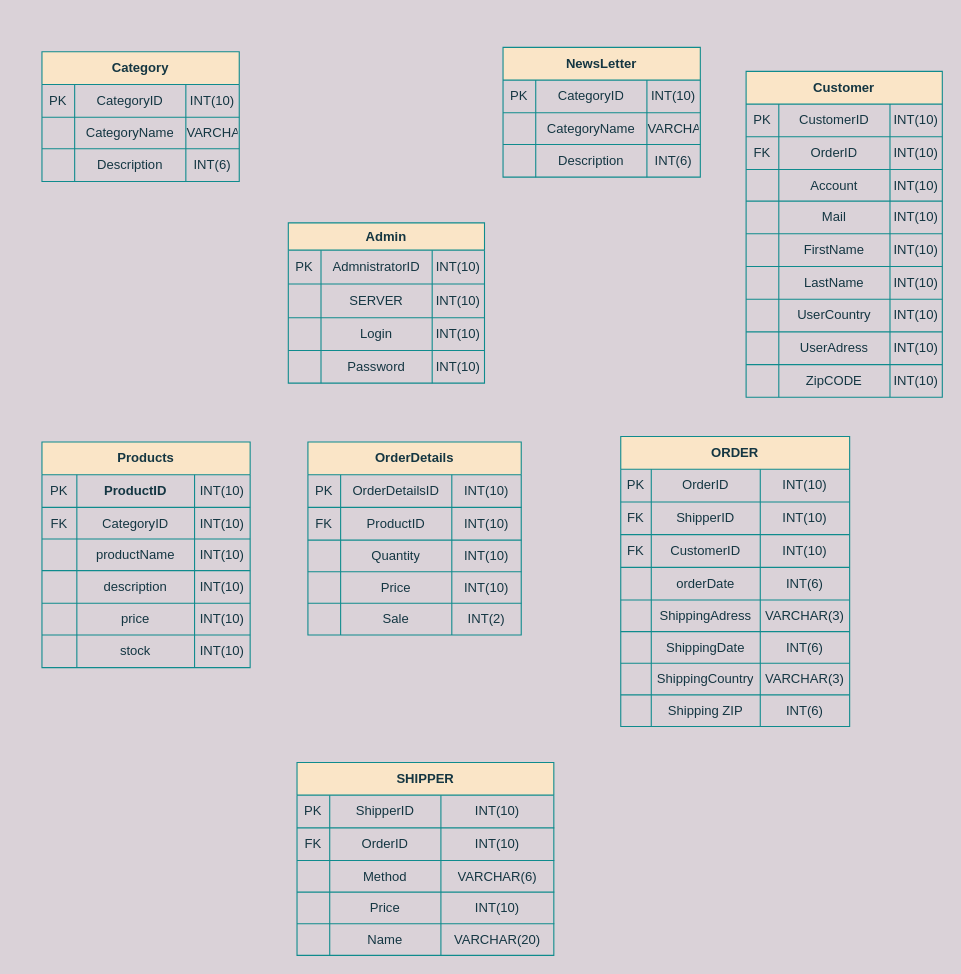
Before: page "Page-1" (2 of 2) of Namnlöst diagram.drawio in TechWithRyan/Webbshop, a draw.io diagram. Source tidied: cells renumbered, new cells numbered last; positions are measured from the earlier drawing's top-left corner, leaving out a move shared by most shapes. Both pictures are drawn from the tidied source at 109%, with x=0, y=0 at pixel (41, 47).
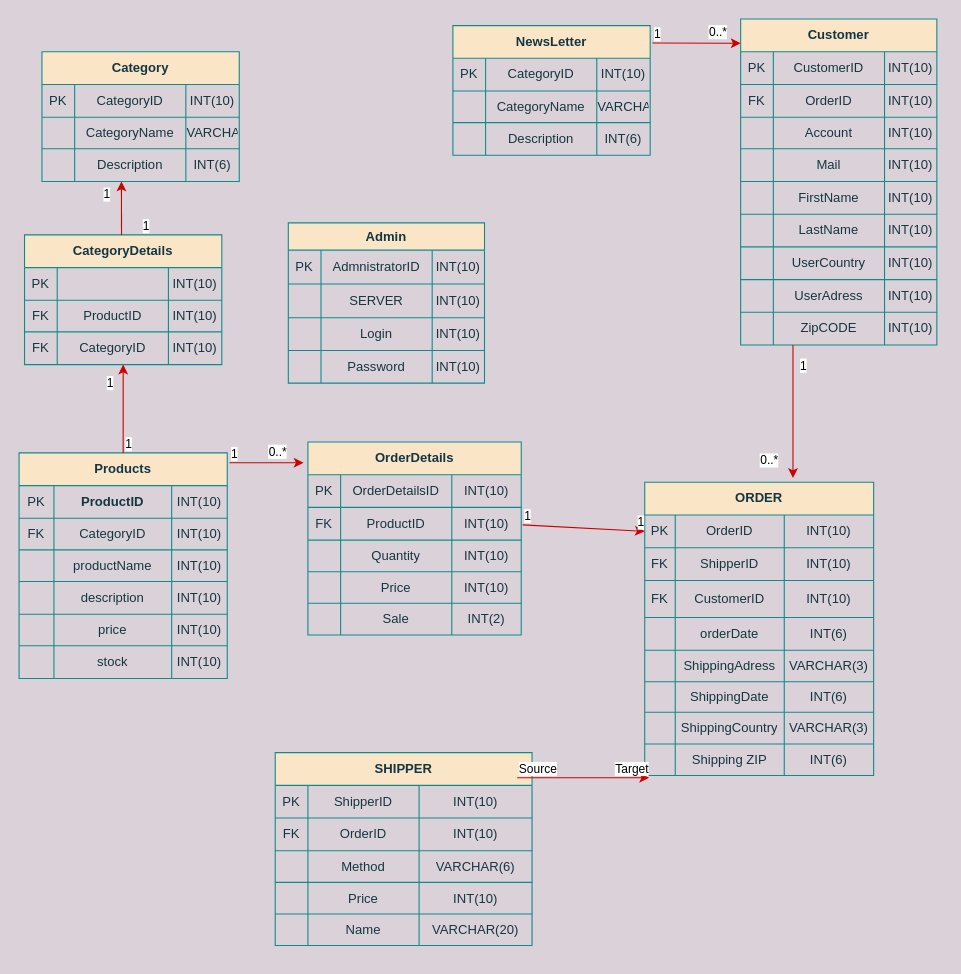
After the change.

Commit message (it also covers changes not shown here):
fysiskt er diagram

The change refers to these unchanged cells:
```xml
<mxCell id="82" style="shape=partialRectangle;html=1;whiteSpace=wrap;fillColor=none;top=0;left=0;bottom=0;right=0;points=[[0,0.5],[1,0.5]];portConstraint=eastwest;strokeColor=#0F8B8D;fontColor=#143642;" parent="81" vertex="1">
  <mxGeometry y="30" width="210" height="30" as="geometry" />
</mxCell>
```

The edit, as a diff of the source:
```diff
@@
     <mxCell id="2" value="Products" style="shape=table;html=1;whiteSpace=wrap;startSize=30;childLayout=tableLayout;fontStyle=1;align=center;fillColor=#FAE5C7;strokeColor=#0F8B8D;fontColor=#143642;" parent="1" vertex="1">
-      <mxGeometry y="362" width="191" height="207" as="geometry" />
+      <mxGeometry x="-21" y="372" width="191" height="207" as="geometry" />
     </mxCell>
@@
     <mxCell id="44" value="Customer" style="shape=table;html=1;whiteSpace=wrap;startSize=30;childLayout=tableLayout;fontStyle=1;align=center;fillColor=#FAE5C7;strokeColor=#0F8B8D;fontColor=#143642;" parent="1" vertex="1">
-      <mxGeometry x="646" y="22" width="180" height="299" as="geometry" />
+      <mxGeometry x="641" y="-26" width="180" height="299" as="geometry" />
     </mxCell>
@@
     <mxCell id="81" value="ORDER" style="shape=table;html=1;whiteSpace=wrap;startSize=30;childLayout=tableLayout;fontStyle=1;align=center;fillColor=#FAE5C7;strokeColor=#0F8B8D;fontColor=#143642;" parent="1" vertex="1">
-      <mxGeometry x="531" y="357" width="210" height="266" as="geometry" />
+      <mxGeometry x="553" y="399" width="210" height="269" as="geometry" />
     </mxCell>
@@
     <mxCell id="90" style="shape=partialRectangle;html=1;whiteSpace=wrap;fillColor=none;top=0;left=0;bottom=0;right=0;strokeColor=#0F8B8D;fontColor=#143642;" parent="81" vertex="1">
-      <mxGeometry y="90" width="210" height="30" as="geometry" />
+      <mxGeometry y="90" width="210" height="34" as="geometry" />
     </mxCell>
     <mxCell id="91" value="FK" style="shape=partialRectangle;html=1;whiteSpace=wrap;fillColor=none;top=0;left=0;bottom=0;right=0;overflow=hidden;strokeColor=#0F8B8D;fontColor=#143642;" parent="90" vertex="1">
-      <mxGeometry width="28" height="30" as="geometry" />
+      <mxGeometry width="28" height="34" as="geometry" />
     </mxCell>
     <mxCell id="92" value="CustomerID" style="shape=partialRectangle;html=1;whiteSpace=wrap;fillColor=none;top=0;left=0;bottom=0;right=0;overflow=hidden;strokeColor=#0F8B8D;fontColor=#143642;" parent="90" vertex="1">
-      <mxGeometry x="28" width="100" height="30" as="geometry" />
+      <mxGeometry x="28" width="100" height="34" as="geometry" />
     </mxCell>
     <mxCell id="93" value="&lt;span&gt;INT(10)&lt;/span&gt;" style="shape=partialRectangle;html=1;whiteSpace=wrap;fillColor=none;top=0;left=0;bottom=0;right=0;overflow=hidden;strokeColor=#0F8B8D;fontColor=#143642;" parent="90" vertex="1">
-      <mxGeometry x="128" width="82" height="30" as="geometry" />
+      <mxGeometry x="128" width="82" height="34" as="geometry" />
     </mxCell>
     <mxCell id="94" style="shape=partialRectangle;html=1;whiteSpace=wrap;fillColor=none;top=0;left=0;bottom=0;right=0;strokeColor=#0F8B8D;fontColor=#143642;" parent="81" vertex="1">
-      <mxGeometry y="120" width="210" height="30" as="geometry" />
+      <mxGeometry y="124" width="210" height="30" as="geometry" />
     </mxCell>
@@
     <mxCell id="98" style="shape=partialRectangle;html=1;whiteSpace=wrap;fillColor=none;top=0;left=0;bottom=0;right=0;strokeColor=#0F8B8D;fontColor=#143642;" parent="81" vertex="1">
-      <mxGeometry y="150" width="210" height="29" as="geometry" />
+      <mxGeometry y="154" width="210" height="29" as="geometry" />
     </mxCell>
@@
     <mxCell id="102" style="shape=partialRectangle;html=1;whiteSpace=wrap;fillColor=none;top=0;left=0;bottom=0;right=0;strokeColor=#0F8B8D;fontColor=#143642;" parent="81" vertex="1">
-      <mxGeometry y="179" width="210" height="29" as="geometry" />
+      <mxGeometry y="183" width="210" height="28" as="geometry" />
     </mxCell>
     <mxCell id="103" style="shape=partialRectangle;html=1;whiteSpace=wrap;fillColor=none;top=0;left=0;bottom=0;right=0;overflow=hidden;strokeColor=#0F8B8D;fontColor=#143642;" parent="102" vertex="1">
-      <mxGeometry width="28" height="29" as="geometry" />
+      <mxGeometry width="28" height="28" as="geometry" />
     </mxCell>
     <mxCell id="104" value="&lt;span style=&quot;text-align: left&quot;&gt;ShippingDate&lt;/span&gt;" style="shape=partialRectangle;html=1;whiteSpace=wrap;fillColor=none;top=0;left=0;bottom=0;right=0;overflow=hidden;strokeColor=#0F8B8D;fontColor=#143642;" parent="102" vertex="1">
-      <mxGeometry x="28" width="100" height="29" as="geometry" />
+      <mxGeometry x="28" width="100" height="28" as="geometry" />
     </mxCell>
     <mxCell id="105" value="&lt;span&gt;INT(6)&lt;/span&gt;" style="shape=partialRectangle;html=1;whiteSpace=wrap;fillColor=none;top=0;left=0;bottom=0;right=0;overflow=hidden;strokeColor=#0F8B8D;fontColor=#143642;" parent="102" vertex="1">
-      <mxGeometry x="128" width="82" height="29" as="geometry" />
+      <mxGeometry x="128" width="82" height="28" as="geometry" />
     </mxCell>
     <mxCell id="106" style="shape=partialRectangle;html=1;whiteSpace=wrap;fillColor=none;top=0;left=0;bottom=0;right=0;strokeColor=#0F8B8D;fontColor=#143642;" parent="81" vertex="1">
-      <mxGeometry y="208" width="210" height="29" as="geometry" />
+      <mxGeometry y="211" width="210" height="29" as="geometry" />
     </mxCell>
@@
     <mxCell id="110" style="shape=partialRectangle;html=1;whiteSpace=wrap;fillColor=none;top=0;left=0;bottom=0;right=0;strokeColor=#0F8B8D;fontColor=#143642;" parent="81" vertex="1">
-      <mxGeometry y="237" width="210" height="29" as="geometry" />
+      <mxGeometry y="240" width="210" height="29" as="geometry" />
     </mxCell>
@@
     <mxCell id="114" value="SHIPPER" style="shape=table;html=1;whiteSpace=wrap;startSize=30;childLayout=tableLayout;fontStyle=1;align=center;fillColor=#FAE5C7;strokeColor=#0F8B8D;fontColor=#143642;" parent="1" vertex="1">
-      <mxGeometry x="234" y="656" width="235.6" height="177" as="geometry" />
+      <mxGeometry x="214" y="647" width="235.6" height="177" as="geometry" />
     </mxCell>
@@
     <mxCell id="148" value="NewsLetter" style="shape=table;html=1;whiteSpace=wrap;startSize=30;childLayout=tableLayout;fontStyle=1;align=center;fillColor=#FAE5C7;strokeColor=#0F8B8D;fontColor=#143642;" parent="1" vertex="1">
-      <mxGeometry x="423" width="181" height="119" as="geometry" />
+      <mxGeometry x="377" y="-20" width="181" height="119" as="geometry" />
     </mxCell>
@@
+    <mxCell id="182" value="CategoryDetails" style="shape=table;html=1;whiteSpace=wrap;startSize=30;childLayout=tableLayout;fontStyle=1;align=center;fillColor=#FAE5C7;strokeColor=#0F8B8D;fontColor=#143642;" parent="1" vertex="1">
+      <mxGeometry x="-16" y="172" width="181" height="119" as="geometry" />
+    </mxCell>
+    <mxCell id="183" style="shape=partialRectangle;html=1;whiteSpace=wrap;fillColor=none;top=0;left=0;bottom=0;right=0;strokeColor=#0F8B8D;fontColor=#143642;" parent="182" vertex="1">
+      <mxGeometry y="30" width="181" height="30" as="geometry" />
+    </mxCell>
+    <mxCell id="184" value="PK" style="shape=partialRectangle;html=1;whiteSpace=wrap;fillColor=none;top=0;left=0;bottom=0;right=0;overflow=hidden;strokeColor=#0F8B8D;fontColor=#143642;" parent="183" vertex="1">
+      <mxGeometry width="30" height="30" as="geometry" />
+    </mxCell>
+    <mxCell id="185" style="shape=partialRectangle;html=1;whiteSpace=wrap;fillColor=none;top=0;left=0;bottom=0;right=0;overflow=hidden;strokeColor=#0F8B8D;fontColor=#143642;" parent="183" vertex="1">
+      <mxGeometry x="30" width="102" height="30" as="geometry" />
+    </mxCell>
+    <mxCell id="186" value="INT(10)" style="shape=partialRectangle;html=1;whiteSpace=wrap;fillColor=none;top=0;left=0;bottom=0;right=0;overflow=hidden;strokeColor=#0F8B8D;fontColor=#143642;" parent="183" vertex="1">
+      <mxGeometry x="132" width="49" height="30" as="geometry" />
+    </mxCell>
+    <mxCell id="187" style="shape=partialRectangle;html=1;whiteSpace=wrap;fillColor=none;top=0;left=0;bottom=0;right=0;strokeColor=#0F8B8D;fontColor=#143642;" parent="182" vertex="1">
+      <mxGeometry y="60" width="181" height="29" as="geometry" />
+    </mxCell>
+    <mxCell id="188" value="FK" style="shape=partialRectangle;html=1;whiteSpace=wrap;fillColor=none;top=0;left=0;bottom=0;right=0;overflow=hidden;strokeColor=#0F8B8D;fontColor=#143642;" parent="187" vertex="1">
+      <mxGeometry width="30" height="29" as="geometry" />
+    </mxCell>
+    <mxCell id="189" value="ProductID" style="shape=partialRectangle;html=1;whiteSpace=wrap;fillColor=none;top=0;left=0;bottom=0;right=0;overflow=hidden;strokeColor=#0F8B8D;fontColor=#143642;" parent="187" vertex="1">
+      <mxGeometry x="30" width="102" height="29" as="geometry" />
+    </mxCell>
+    <mxCell id="190" value="INT(10)" style="shape=partialRectangle;html=1;whiteSpace=wrap;fillColor=none;top=0;left=0;bottom=0;right=0;overflow=hidden;strokeColor=#0F8B8D;fontColor=#143642;" parent="187" vertex="1">
+      <mxGeometry x="132" width="49" height="29" as="geometry" />
+    </mxCell>
+    <mxCell id="191" style="shape=partialRectangle;html=1;whiteSpace=wrap;fillColor=none;top=0;left=0;bottom=0;right=0;points=[[0,0.5],[1,0.5]];portConstraint=eastwest;strokeColor=#0F8B8D;fontColor=#143642;" parent="182" vertex="1">
+      <mxGeometry y="89" width="181" height="30" as="geometry" />
+    </mxCell>
+    <mxCell id="192" value="FK" style="shape=partialRectangle;html=1;whiteSpace=wrap;fillColor=none;top=0;left=0;bottom=0;right=0;overflow=hidden;strokeColor=#0F8B8D;fontColor=#143642;" parent="191" vertex="1">
+      <mxGeometry width="30" height="30" as="geometry" />
+    </mxCell>
+    <mxCell id="193" value="&lt;div style=&quot;text-align: left&quot;&gt;&lt;span&gt;CategoryID&lt;/span&gt;&lt;/div&gt;" style="shape=partialRectangle;html=1;whiteSpace=wrap;fillColor=none;top=0;left=0;bottom=0;right=0;overflow=hidden;strokeColor=#0F8B8D;fontColor=#143642;" parent="191" vertex="1">
+      <mxGeometry x="30" width="102" height="30" as="geometry" />
+    </mxCell>
+    <mxCell id="194" value="&lt;span&gt;INT(10)&lt;/span&gt;" style="shape=partialRectangle;html=1;whiteSpace=wrap;fillColor=none;top=0;left=0;bottom=0;right=0;overflow=hidden;strokeColor=#0F8B8D;fontColor=#143642;" parent="191" vertex="1">
+      <mxGeometry x="132" width="49" height="30" as="geometry" />
+    </mxCell>
+    <mxCell id="195" style="endArrow=classic;html=1;strokeColor=#CC0000;entryX=0;entryY=0.5;entryDx=0;entryDy=0;" parent="1" edge="1" target="82">
+      <mxGeometry relative="1" as="geometry">
+        <mxPoint x="441" y="438" as="sourcePoint" />
+      </mxGeometry>
+    </mxCell>
+    <mxCell id="196" value="1" style="edgeLabel;html=1;align=left;verticalAlign=bottom;" parent="195" vertex="1">
+      <mxGeometry x="-1" relative="1" as="geometry" />
+    </mxCell>
+    <mxCell id="197" value="1&lt;br&gt;" style="edgeLabel;html=1;align=right;verticalAlign=bottom;" parent="195" vertex="1">
+      <mxGeometry x="1" relative="1" as="geometry" />
+    </mxCell>
+    <mxCell id="198" style="endArrow=classic;html=1;strokeColor=#CC0000;" parent="1" edge="1">
+      <mxGeometry relative="1" as="geometry">
+        <mxPoint x="436" y="670" as="sourcePoint" />
+        <mxPoint x="557" y="670" as="targetPoint" />
+      </mxGeometry>
+    </mxCell>
+    <mxCell id="199" value="Source" style="edgeLabel;html=1;align=left;verticalAlign=bottom;" parent="198" vertex="1">
+      <mxGeometry x="-1" relative="1" as="geometry" />
+    </mxCell>
+    <mxCell id="200" value="Target" style="edgeLabel;html=1;align=right;verticalAlign=bottom;" parent="198" vertex="1">
+      <mxGeometry x="1" relative="1" as="geometry" />
+    </mxCell>
+    <mxCell id="201" style="endArrow=classic;html=1;strokeColor=#CC0000;" parent="1" edge="1">
+      <mxGeometry relative="1" as="geometry">
+        <mxPoint x="172" y="381" as="sourcePoint" />
+        <mxPoint x="240" y="381" as="targetPoint" />
+      </mxGeometry>
+    </mxCell>
+    <mxCell id="202" value="1" style="edgeLabel;html=1;align=left;verticalAlign=bottom;" parent="201" vertex="1">
+      <mxGeometry x="-1" relative="1" as="geometry" />
+    </mxCell>
+    <mxCell id="203" value="0..*" style="edgeLabel;html=1;align=right;verticalAlign=bottom;" parent="201" vertex="1">
+      <mxGeometry x="1" relative="1" as="geometry">
+        <mxPoint x="-15.5" y="-2" as="offset" />
+      </mxGeometry>
+    </mxCell>
+    <mxCell id="204" style="endArrow=classic;html=1;strokeColor=#CC0000;exitX=0.5;exitY=0;exitDx=0;exitDy=0;" parent="1" edge="1" source="2" target="191">
+      <mxGeometry relative="1" as="geometry" />
+    </mxCell>
+    <mxCell id="205" value="1" style="edgeLabel;html=1;align=left;verticalAlign=bottom;" parent="204" vertex="1">
+      <mxGeometry x="-1" relative="1" as="geometry" />
+    </mxCell>
+    <mxCell id="206" value="1" style="edgeLabel;html=1;align=right;verticalAlign=bottom;" parent="204" vertex="1">
+      <mxGeometry x="1" relative="1" as="geometry">
+        <mxPoint x="-9" y="25.4" as="offset" />
+      </mxGeometry>
+    </mxCell>
+    <mxCell id="207" style="endArrow=classic;html=1;strokeColor=#CC0000;" parent="1" edge="1">
+      <mxGeometry relative="1" as="geometry">
+        <mxPoint x="73" y="172" as="sourcePoint" />
+        <mxPoint x="72.9" y="123" as="targetPoint" />
+      </mxGeometry>
+    </mxCell>
+    <mxCell id="208" value="1" style="edgeLabel;html=1;align=left;verticalAlign=bottom;" parent="207" vertex="1">
+      <mxGeometry x="-1" relative="1" as="geometry">
+        <mxPoint x="18" as="offset" />
+      </mxGeometry>
+    </mxCell>
+    <mxCell id="209" value="1" style="edgeLabel;html=1;align=right;verticalAlign=bottom;" parent="207" vertex="1">
+      <mxGeometry x="1" relative="1" as="geometry">
+        <mxPoint x="-9.9" y="20" as="offset" />
+      </mxGeometry>
+    </mxCell>
+    <mxCell id="210" style="endArrow=classic;html=1;strokeColor=#CC0000;entryX=0;entryY=0.074;entryDx=0;entryDy=0;entryPerimeter=0;" parent="1" edge="1" target="44">
+      <mxGeometry relative="1" as="geometry">
+        <mxPoint x="560" y="-4" as="sourcePoint" />
+      </mxGeometry>
+    </mxCell>
+    <mxCell id="211" value="1" style="edgeLabel;html=1;align=left;verticalAlign=bottom;" parent="210" vertex="1">
+      <mxGeometry x="-1" relative="1" as="geometry" />
+    </mxCell>
+    <mxCell id="212" value="0..*" style="edgeLabel;html=1;align=right;verticalAlign=bottom;" parent="210" vertex="1">
+      <mxGeometry x="1" relative="1" as="geometry">
+        <mxPoint x="-12.2" y="-2.1" as="offset" />
+      </mxGeometry>
+    </mxCell>
+    <mxCell id="213" style="endArrow=classic;html=1;strokeColor=#CC0000;" parent="1" edge="1">
+      <mxGeometry relative="1" as="geometry">
+        <mxPoint x="689" y="273" as="sourcePoint" />
+        <mxPoint x="689" y="395" as="targetPoint" />
+      </mxGeometry>
+    </mxCell>
+    <mxCell id="214" value="1" style="edgeLabel;html=1;align=left;verticalAlign=bottom;" parent="213" vertex="1">
+      <mxGeometry x="-1" relative="1" as="geometry">
+        <mxPoint x="5" y="27" as="offset" />
+      </mxGeometry>
+    </mxCell>
+    <mxCell id="215" value="0..*" style="edgeLabel;html=1;align=right;verticalAlign=bottom;" parent="213" vertex="1">
+      <mxGeometry x="1" relative="1" as="geometry">
+        <mxPoint x="-13" y="-8.3" as="offset" />
+      </mxGeometry>
+    </mxCell>
```
